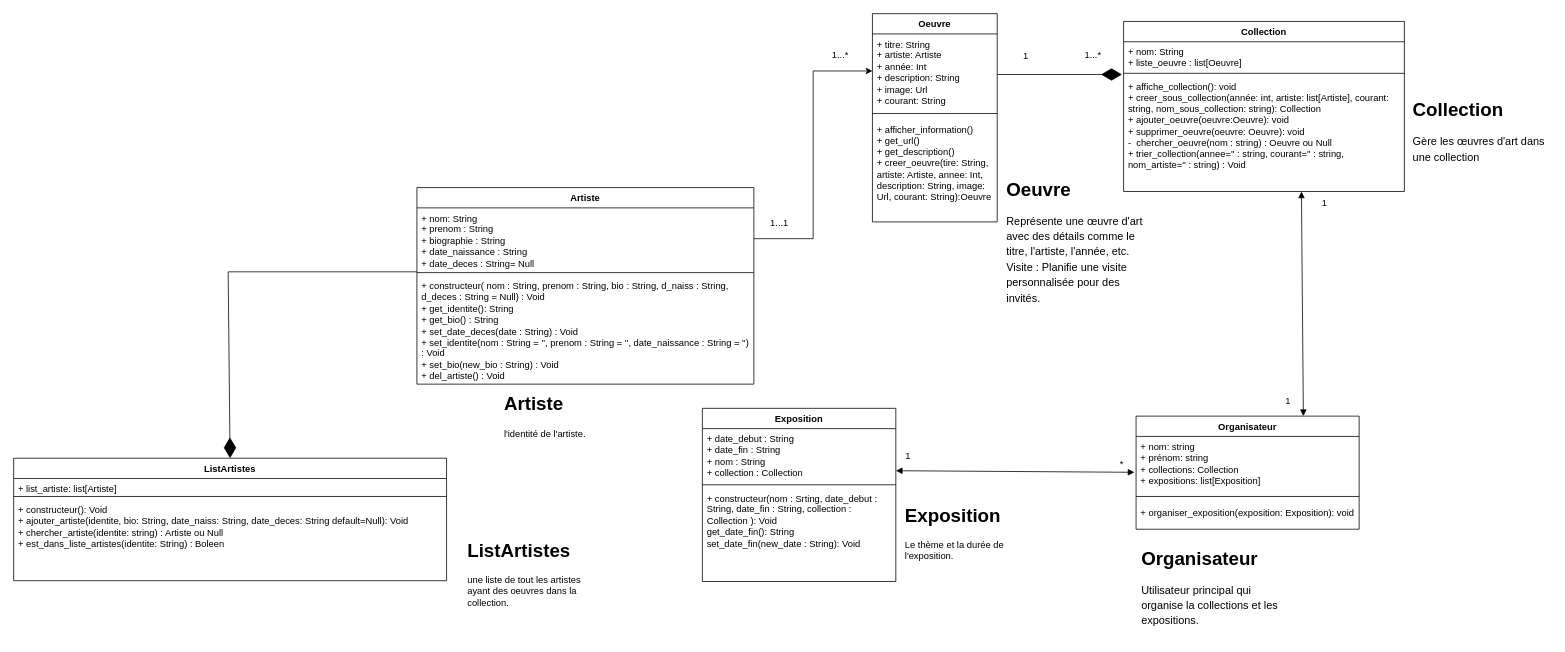
The draw.io diagram artefile_uml.drawio in akbarNz/projet_dev_ba2, before the edit. Source tidied: cells renumbered, new cells numbered last; positions are measured from the earlier drawing's top-left corner, leaving out a move shared by most shapes. Both pictures are drawn from the tidied source at 78%, with x=0, y=0 at pixel (13, 13).
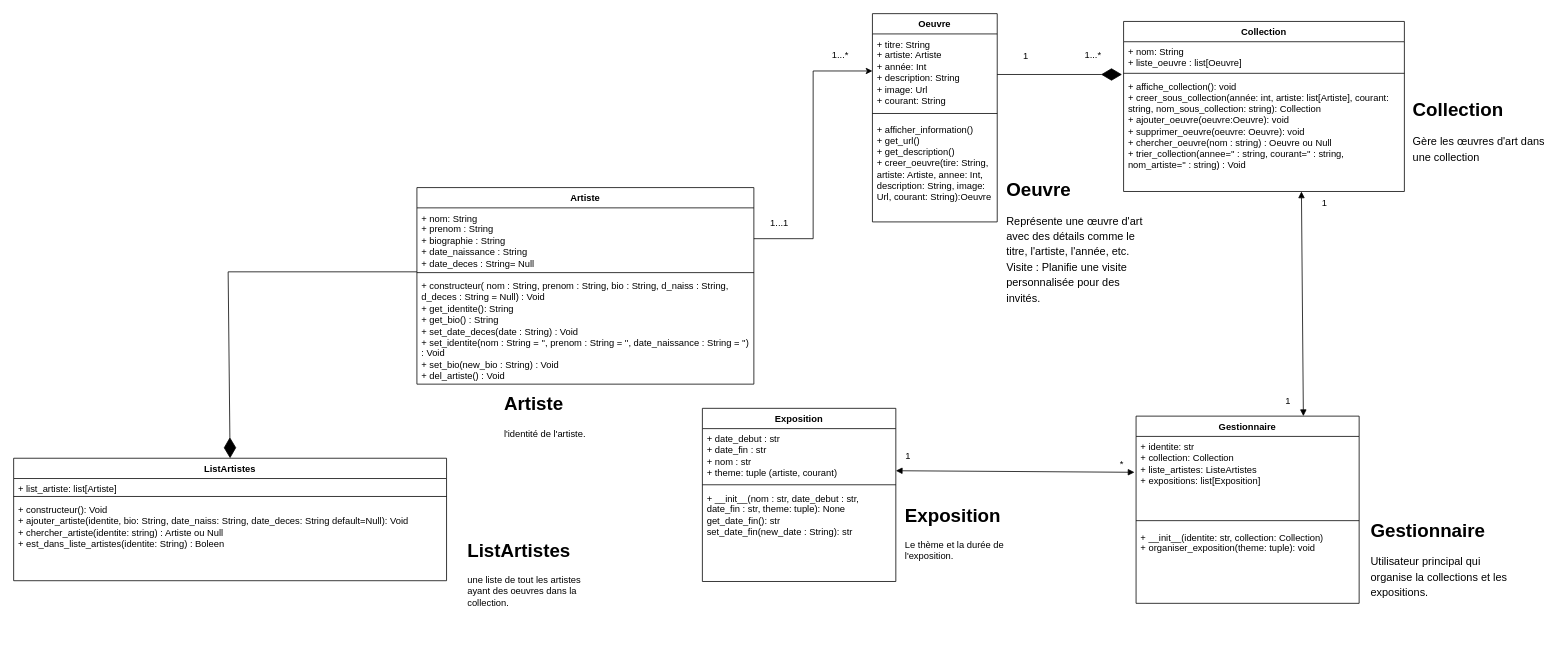
After the change.

Unchanged cells that the change refers to:
```xml
<mxCell id="2" value="Oeuvre" style="swimlane;fontStyle=1;align=center;verticalAlign=top;horizontal=1;startSize=26;whiteSpace=wrap;html=1;" parent="1" vertex="1">
  <mxGeometry x="1101" width="160" height="267" as="geometry" />
</mxCell>
<mxCell id="10" value="Collection" style="swimlane;fontStyle=1;align=center;verticalAlign=top;horizontal=1;startSize=26;whiteSpace=wrap;html=1;" parent="1" vertex="1">
  <mxGeometry x="1423" y="10" width="360" height="218" as="geometry" />
</mxCell>
<mxCell id="15" value="Exposition" style="swimlane;fontStyle=1;align=center;verticalAlign=top;horizontal=1;startSize=26;whiteSpace=wrap;html=1;" parent="1" vertex="1">
  <mxGeometry x="883" y="506" width="248" height="222" as="geometry" />
</mxCell>
```

What changed in the source:
```diff
@@
-    <mxCell id="5" value="+ afficher_information()&lt;div&gt;+ get_url()&lt;/div&gt;&lt;div&gt;+&amp;nbsp;&lt;span style=&quot;background-color: initial;&quot;&gt;get_description()&lt;/span&gt;&lt;/div&gt;&lt;div&gt;&lt;span style=&quot;background-color: initial;&quot;&gt;+ creer_oeuvre(tire: String, artiste: Artiste, annee: Int, description: String, image: Url, courant: String):Oeuvre&lt;/span&gt;&lt;/div&gt;" style="text;strokeColor=none;fillColor=none;align=left;verticalAlign=top;spacingLeft=4;spacingRight=4;overflow=hidden;whiteSpace=wrap;html=1;" parent="2" vertex="1">
+    <mxCell id="5" value="+ afficher_information()&lt;div&gt;+ get_url()&lt;/div&gt;&lt;div&gt;+&amp;nbsp;&lt;span style=&quot;background-color: initial;&quot;&gt;get_description()&lt;/span&gt;&lt;/div&gt;&lt;div&gt;&lt;span style=&quot;background-color: initial;&quot;&gt;+ creer_oeuvre(tire: String, artiste: Artiste, annee: Int, description: String, image: Url, courant: String):Oeuvre&lt;/span&gt;&lt;/div&gt;&lt;div&gt;&lt;span style=&quot;background-color: initial;&quot;&gt;&lt;br&gt;&lt;/span&gt;&lt;/div&gt;" style="text;strokeColor=none;fillColor=none;align=left;verticalAlign=top;spacingLeft=4;spacingRight=4;overflow=hidden;whiteSpace=wrap;html=1;" parent="2" vertex="1">
       <mxGeometry y="135" width="160" height="132" as="geometry" />
     </mxCell>
@@
-    <mxCell id="13" value="+ affiche_collection(): void&lt;div&gt;+ creer_sous_collection(année: int, artiste: list[Artiste], courant: string, nom_sous_collection: string): Collection&lt;/div&gt;&lt;div&gt;+ ajouter_oeuvre(oeuvre:Oeuvre): void&lt;/div&gt;&lt;div&gt;+ supprimer_oeuvre(oeuvre: Oeuvre): void&lt;/div&gt;&lt;div&gt;-&amp;nbsp; chercher_oeuvre(nom : string) : Oeuvre ou Null&lt;/div&gt;&lt;div&gt;+ trier_collection(annee='' : string, courant='' : string, nom_artiste='' : string) : Void&lt;br&gt;&lt;/div&gt;" style="text;strokeColor=none;fillColor=none;align=left;verticalAlign=top;spacingLeft=4;spacingRight=4;overflow=hidden;whiteSpace=wrap;html=1;" parent="10" vertex="1">
+    <mxCell id="13" value="+ affiche_collection(): void&lt;div&gt;+ creer_sous_collection(année: int, artiste: list[Artiste], courant: string, nom_sous_collection: string): Collection&lt;/div&gt;&lt;div&gt;+ ajouter_oeuvre(oeuvre:Oeuvre): void&lt;/div&gt;&lt;div&gt;+ supprimer_oeuvre(oeuvre: Oeuvre): void&lt;/div&gt;&lt;div&gt;+ chercher_oeuvre(nom : string) : Oeuvre ou Null&lt;/div&gt;&lt;div&gt;+ trier_collection(annee='' : string, courant='' : string, nom_artiste='' : string) : Void&lt;br&gt;&lt;/div&gt;" style="text;strokeColor=none;fillColor=none;align=left;verticalAlign=top;spacingLeft=4;spacingRight=4;overflow=hidden;whiteSpace=wrap;html=1;" parent="10" vertex="1">
       <mxGeometry y="70" width="360" height="148" as="geometry" />
     </mxCell>
@@
-    <mxCell id="16" value="&lt;div&gt;+ date_debut : String&lt;/div&gt;&lt;div&gt;+ date_fin : String&lt;/div&gt;&lt;div&gt;+ nom : String&lt;/div&gt;&lt;div&gt;+ collection : Collection&lt;br&gt;&lt;/div&gt;" style="text;strokeColor=none;fillColor=none;align=left;verticalAlign=top;spacingLeft=4;spacingRight=4;overflow=hidden;points=[[0,0.5],[1,0.5]];portConstraint=eastwest;whiteSpace=wrap;html=1;" parent="15" vertex="1">
+    <mxCell id="16" value="&lt;div&gt;+ date_debut : str&lt;/div&gt;&lt;div&gt;+ date_fin : str&lt;/div&gt;&lt;div&gt;+ nom : str&lt;/div&gt;&lt;div&gt;+ theme: tuple (artiste, courant)&lt;br&gt;&lt;/div&gt;" style="text;strokeColor=none;fillColor=none;align=left;verticalAlign=top;spacingLeft=4;spacingRight=4;overflow=hidden;points=[[0,0.5],[1,0.5]];portConstraint=eastwest;whiteSpace=wrap;html=1;" parent="15" vertex="1">
       <mxGeometry y="26" width="248" height="68" as="geometry" />
     </mxCell>
@@
-    <mxCell id="18" value="&lt;div&gt;+ constructeur(nom : Srting, date_debut : String, date_fin : String, collection : Collection ): Void&lt;/div&gt;&lt;div&gt;get_date_fin(): String&lt;/div&gt;&lt;div&gt;set_date_fin(new_date : String): Void&lt;br&gt;&lt;/div&gt;&lt;div&gt;&lt;br&gt;&lt;/div&gt;&lt;div&gt;&lt;br&gt;&lt;/div&gt;" style="text;strokeColor=none;fillColor=none;align=left;verticalAlign=top;spacingLeft=4;spacingRight=4;overflow=hidden;whiteSpace=wrap;html=1;" parent="15" vertex="1">
+    <mxCell id="18" value="&lt;div&gt;+ __init__(nom : str, date_debut : str, date_fin : str, theme: tuple): None&lt;/div&gt;&lt;div&gt;get_date_fin(): str&lt;/div&gt;&lt;div&gt;set_date_fin(new_date : String): str&lt;br&gt;&lt;/div&gt;&lt;div&gt;&lt;br&gt;&lt;/div&gt;&lt;div&gt;&lt;br&gt;&lt;/div&gt;" style="text;strokeColor=none;fillColor=none;align=left;verticalAlign=top;spacingLeft=4;spacingRight=4;overflow=hidden;whiteSpace=wrap;html=1;" parent="15" vertex="1">
       <mxGeometry y="102" width="248" height="120" as="geometry" />
     </mxCell>
-    <mxCell id="19" value="Organisateur" style="swimlane;fontStyle=1;align=center;verticalAlign=top;horizontal=1;startSize=26;whiteSpace=wrap;html=1;" parent="1" vertex="1">
-      <mxGeometry x="1439" y="516" width="286" height="145" as="geometry" />
+    <mxCell id="19" value="Gestionnaire" style="swimlane;fontStyle=1;align=center;verticalAlign=top;horizontal=1;startSize=26;whiteSpace=wrap;html=1;" parent="1" vertex="1">
+      <mxGeometry x="1439" y="516" width="286" height="240" as="geometry" />
     </mxCell>
-    <mxCell id="20" value="+ nom: string&lt;div&gt;+ prénom: string&lt;/div&gt;&lt;div&gt;+ collections: Collection&lt;/div&gt;&lt;div&gt;+ expositions: list[Exposition]&lt;/div&gt;" style="text;strokeColor=none;fillColor=none;align=left;verticalAlign=top;spacingLeft=4;spacingRight=4;overflow=hidden;whiteSpace=wrap;html=1;" parent="19" vertex="1">
-      <mxGeometry y="26" width="286" height="69" as="geometry" />
+    <mxCell id="20" value="&lt;div&gt;+ identite: str&lt;/div&gt;&lt;div&gt;+ collection: Collection&lt;/div&gt;&lt;div&gt;+ liste_artistes: ListeArtistes&lt;br&gt;&lt;/div&gt;&lt;div&gt;+ expositions: list[Exposition]&lt;/div&gt;" style="text;strokeColor=none;fillColor=none;align=left;verticalAlign=top;spacingLeft=4;spacingRight=4;overflow=hidden;whiteSpace=wrap;html=1;" parent="19" vertex="1">
+      <mxGeometry y="26" width="286" height="100" as="geometry" />
     </mxCell>
     <mxCell id="21" style="line;strokeWidth=1;fillColor=none;align=left;verticalAlign=middle;spacingTop=-1;spacingLeft=3;spacingRight=3;labelPosition=right;strokeColor=inherit;" parent="19" vertex="1">
-      <mxGeometry y="95" width="286" height="16" as="geometry" />
+      <mxGeometry y="126" width="286" height="16" as="geometry" />
     </mxCell>
-    <mxCell id="22" value="+ organiser_exposition(exposition: Exposition): void" style="text;strokeColor=none;fillColor=none;align=left;verticalAlign=top;spacingLeft=4;spacingRight=4;overflow=hidden;whiteSpace=wrap;html=1;" parent="19" vertex="1">
-      <mxGeometry y="111" width="286" height="34" as="geometry" />
+    <mxCell id="22" value="&lt;div&gt;+ __init__(identite: str, collection: Collection)&lt;br&gt;&lt;/div&gt;&lt;div&gt;+ organiser_exposition(theme: tuple): void&lt;/div&gt;" style="text;strokeColor=none;fillColor=none;align=left;verticalAlign=top;spacingLeft=4;spacingRight=4;overflow=hidden;whiteSpace=wrap;html=1;" parent="19" vertex="1">
+      <mxGeometry y="142" width="286" height="98" as="geometry" />
     </mxCell>
@@
-    <mxCell id="35" value="&lt;h1 style=&quot;margin-top: 0px;&quot;&gt;Organisateur&lt;/h1&gt;&lt;p&gt;&lt;span class=&quot;TextRun SCXW255212346 BCX2&quot; lang=&quot;FR-FR&quot; style=&quot;font-size: 10.5pt; font-style: normal; font-variant: normal; text-transform: none; line-height: 19.7625px; font-family: &amp;quot;Source Code Pro&amp;quot;, &amp;quot;Source Code Pro_EmbeddedFont&amp;quot;, &amp;quot;Source Code Pro_MSFontService&amp;quot;, sans-serif; font-weight: normal;&quot;&gt;&lt;span class=&quot;NormalTextRun SCXW255212346 BCX2&quot;&gt;Utilisateur principal qui organise la collections et les expositions.&lt;/span&gt;&lt;/span&gt;&lt;/p&gt;" style="text;html=1;whiteSpace=wrap;overflow=hidden;rounded=0;" parent="1" vertex="1">
-      <mxGeometry x="1444" y="678" width="180" height="120" as="geometry" />
+    <mxCell id="35" value="&lt;h1 style=&quot;margin-top: 0px;&quot;&gt;Gestionnaire&lt;/h1&gt;&lt;p&gt;&lt;span class=&quot;TextRun SCXW255212346 BCX2&quot; lang=&quot;FR-FR&quot; style=&quot;font-size: 10.5pt; font-style: normal; font-variant: normal; text-transform: none; line-height: 19.7625px; font-family: &amp;quot;Source Code Pro&amp;quot;, &amp;quot;Source Code Pro_EmbeddedFont&amp;quot;, &amp;quot;Source Code Pro_MSFontService&amp;quot;, sans-serif; font-weight: normal;&quot;&gt;&lt;span class=&quot;NormalTextRun SCXW255212346 BCX2&quot;&gt;Utilisateur principal qui organise la collections et les expositions.&lt;/span&gt;&lt;/span&gt;&lt;/p&gt;" style="text;html=1;whiteSpace=wrap;overflow=hidden;rounded=0;" parent="1" vertex="1">
+      <mxGeometry x="1738" y="642" width="180" height="120" as="geometry" />
     </mxCell>
```
